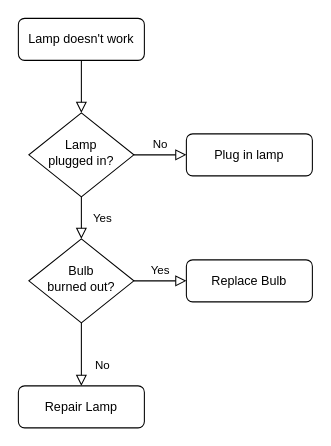
Sinijinii/Web-pages-utilizing-movie-data keeps this draw.io diagram as 제목 없는 다이어그램.drawio. Above is the earlier version. Source tidied: cells renumbered, new cells numbered last; positions are measured from the earlier drawing's top-left corner, leaving out a move shared by most shapes. Both pictures are drawn from the tidied source at 105%, with x=0, y=0 at pixel (18, 18).
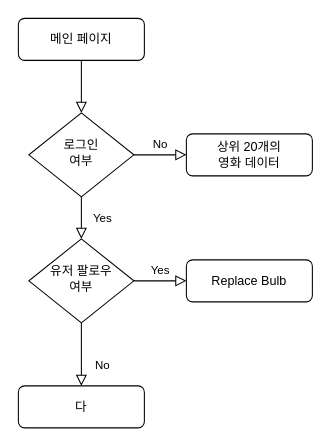
The same page after the edit.

Commit message:
제목 없는 다이어그램.drawio 업데이트

The edit, as a diff of the source:
```diff
@@
 <mxGraphModel>
   <root>
     <mxCell id="0" />
     <mxCell id="1" parent="0" />
     <mxCell id="2" style="rounded=0;html=1;jettySize=auto;fontSize=11;endArrow=block;endFill=0;endSize=8;strokeWidth=1;shadow=0;labelBackgroundColor=none;edgeStyle=orthogonalEdgeStyle;" parent="1" edge="1" source="3" target="6">
       <mxGeometry relative="1" as="geometry" />
     </mxCell>
-    <mxCell id="3" value="Lamp doesn't work" style="rounded=1;whiteSpace=wrap;html=1;fontSize=12;glass=0;strokeWidth=1;shadow=0;" parent="1" vertex="1">
+    <mxCell id="3" value="메인 페이지" style="rounded=1;whiteSpace=wrap;html=1;fontSize=12;glass=0;strokeWidth=1;shadow=0;" parent="1" vertex="1">
       <mxGeometry width="120" height="40" as="geometry" />
     </mxCell>
     <mxCell id="4" value="Yes" style="rounded=0;html=1;jettySize=auto;fontSize=11;endArrow=block;endFill=0;endSize=8;strokeWidth=1;shadow=0;labelBackgroundColor=none;edgeStyle=orthogonalEdgeStyle;" parent="1" edge="1" source="6" target="10">
       <mxGeometry y="20" relative="1" as="geometry" />
     </mxCell>
     <mxCell id="5" value="No" style="edgeStyle=orthogonalEdgeStyle;rounded=0;html=1;jettySize=auto;fontSize=11;endArrow=block;endFill=0;endSize=8;strokeWidth=1;shadow=0;labelBackgroundColor=none;" parent="1" edge="1" source="6" target="7">
       <mxGeometry y="10" relative="1" as="geometry" />
     </mxCell>
-    <mxCell id="6" value="Lamp&lt;br&gt;plugged in?" style="rhombus;whiteSpace=wrap;html=1;shadow=0;fontFamily=Helvetica;fontSize=12;align=center;strokeWidth=1;spacing=6;spacingTop=-4;" parent="1" vertex="1">
+    <mxCell id="6" value="로그인&lt;div&gt;여부&lt;/div&gt;" style="rhombus;whiteSpace=wrap;html=1;shadow=0;fontFamily=Helvetica;fontSize=12;align=center;strokeWidth=1;spacing=6;spacingTop=-4;" parent="1" vertex="1">
       <mxGeometry x="10" y="90" width="100" height="80" as="geometry" />
     </mxCell>
-    <mxCell id="7" value="Plug in lamp" style="rounded=1;whiteSpace=wrap;html=1;fontSize=12;glass=0;strokeWidth=1;shadow=0;" parent="1" vertex="1">
+    <mxCell id="7" value="상위 20개의&lt;div&gt;영화 데이터&lt;/div&gt;" style="rounded=1;whiteSpace=wrap;html=1;fontSize=12;glass=0;strokeWidth=1;shadow=0;" parent="1" vertex="1">
       <mxGeometry x="160" y="110" width="120" height="40" as="geometry" />
     </mxCell>
     <mxCell id="8" value="No" style="rounded=0;html=1;jettySize=auto;fontSize=11;endArrow=block;endFill=0;endSize=8;strokeWidth=1;shadow=0;labelBackgroundColor=none;edgeStyle=orthogonalEdgeStyle;" parent="1" edge="1" source="10" target="11">
       <mxGeometry x="0.33" y="20" relative="1" as="geometry" />
     </mxCell>
     <mxCell id="9" value="Yes" style="edgeStyle=orthogonalEdgeStyle;rounded=0;html=1;jettySize=auto;fontSize=11;endArrow=block;endFill=0;endSize=8;strokeWidth=1;shadow=0;labelBackgroundColor=none;" parent="1" edge="1" source="10" target="12">
       <mxGeometry y="10" relative="1" as="geometry" />
     </mxCell>
-    <mxCell id="10" value="Bulb&lt;br&gt;burned out?" style="rhombus;whiteSpace=wrap;html=1;shadow=0;fontFamily=Helvetica;fontSize=12;align=center;strokeWidth=1;spacing=6;spacingTop=-4;" parent="1" vertex="1">
+    <mxCell id="10" value="유저 팔로우&lt;div&gt;여부&lt;/div&gt;" style="rhombus;whiteSpace=wrap;html=1;shadow=0;fontFamily=Helvetica;fontSize=12;align=center;strokeWidth=1;spacing=6;spacingTop=-4;" parent="1" vertex="1">
       <mxGeometry x="10" y="210" width="100" height="80" as="geometry" />
     </mxCell>
-    <mxCell id="11" value="Repair Lamp" style="rounded=1;whiteSpace=wrap;html=1;fontSize=12;glass=0;strokeWidth=1;shadow=0;" parent="1" vertex="1">
+    <mxCell id="11" value="다" style="rounded=1;whiteSpace=wrap;html=1;fontSize=12;glass=0;strokeWidth=1;shadow=0;" parent="1" vertex="1">
       <mxGeometry y="350" width="120" height="40" as="geometry" />
     </mxCell>
     <mxCell id="12" value="Replace Bulb" style="rounded=1;whiteSpace=wrap;html=1;fontSize=12;glass=0;strokeWidth=1;shadow=0;" parent="1" vertex="1">
       <mxGeometry x="160" y="230" width="120" height="40" as="geometry" />
     </mxCell>
   </root>
 </mxGraphModel>
```
